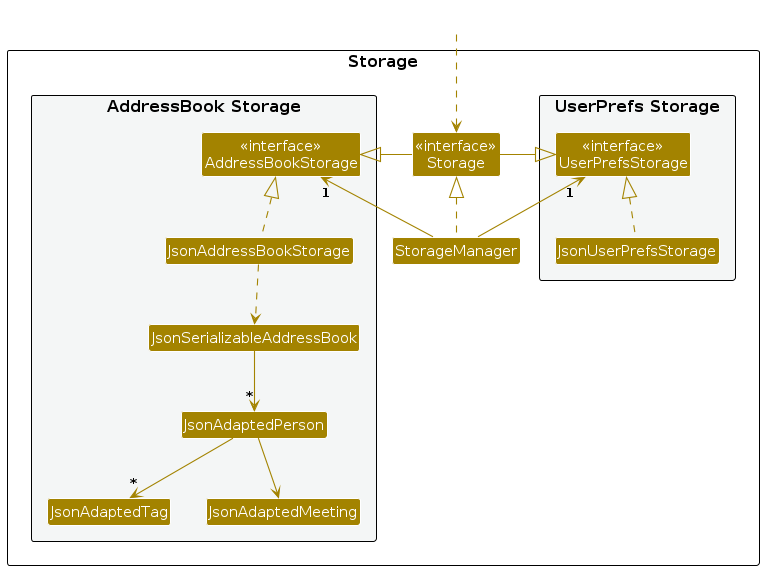
rahhulleee/tp keeps this PlantUML diagram as diagrams/StorageClassDiagram.png. Above is the earlier version. Its source is kept beside it as diagrams/StorageClassDiagram.puml. The source it was exported from:
```plantuml
@startuml
!include style.puml
skinparam arrowThickness 1.1
skinparam arrowColor STORAGE_COLOR
skinparam classBackgroundColor STORAGE_COLOR

package Storage as StoragePackage {

package "UserPrefs Storage" #F4F6F6{
Class "<<interface>>\nUserPrefsStorage" as UserPrefsStorage
Class JsonUserPrefsStorage
}

Class "<<interface>>\nStorage" as Storage
Class StorageManager

package "AddressBook Storage" #F4F6F6{
Class "<<interface>>\nAddressBookStorage" as AddressBookStorage
Class JsonAddressBookStorage
Class JsonSerializableAddressBook
Class JsonAdaptedPerson
Class JsonAdaptedTag
Class JsonAdaptedMeeting
}

}

Class HiddenOutside #FFFFFF
HiddenOutside ..> Storage

StorageManager .up.|> Storage
StorageManager -up-> "1" UserPrefsStorage
StorageManager -up-> "1" AddressBookStorage

Storage -left-|> UserPrefsStorage
Storage -right-|> AddressBookStorage

JsonUserPrefsStorage .up.|> UserPrefsStorage
JsonAddressBookStorage .up.|> AddressBookStorage
JsonAddressBookStorage ..> JsonSerializableAddressBook
JsonSerializableAddressBook --> "*" JsonAdaptedPerson
JsonAdaptedPerson --> "*" JsonAdaptedTag
JsonAdaptedPerson --> JsonAdaptedMeeting

@enduml
```
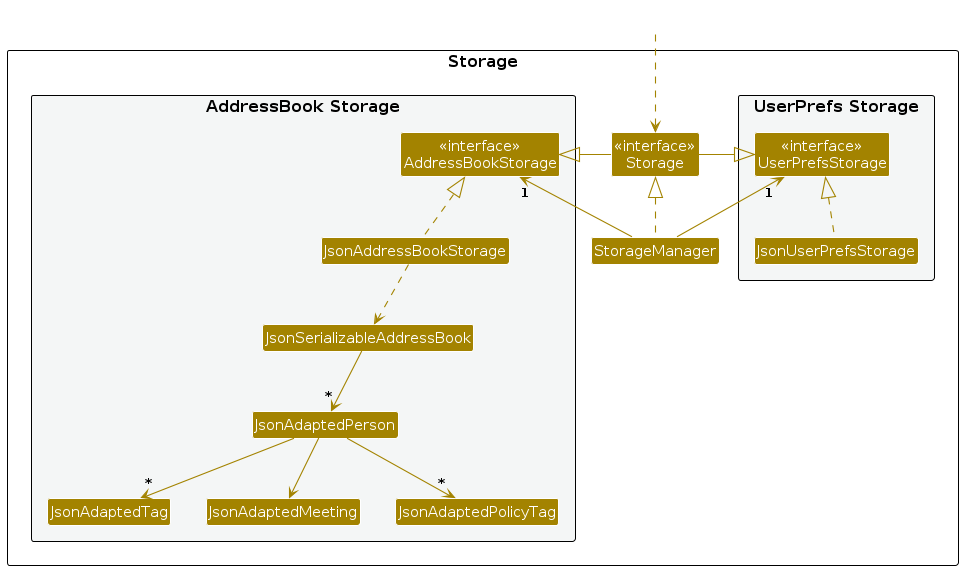
After the change.

What changed in the source:
```diff
@@ -21,6 +21,7 @@
 Class JsonAdaptedPerson
 Class JsonAdaptedTag
 Class JsonAdaptedMeeting
+Class JsonAdaptedPolicyTag
 }
 
 }
@@ -40,6 +41,7 @@
 JsonAddressBookStorage ..> JsonSerializableAddressBook
 JsonSerializableAddressBook --> "*" JsonAdaptedPerson
 JsonAdaptedPerson --> "*" JsonAdaptedTag
+JsonAdaptedPerson --> "*" JsonAdaptedPolicyTag
 JsonAdaptedPerson --> JsonAdaptedMeeting
 
 @enduml
```
